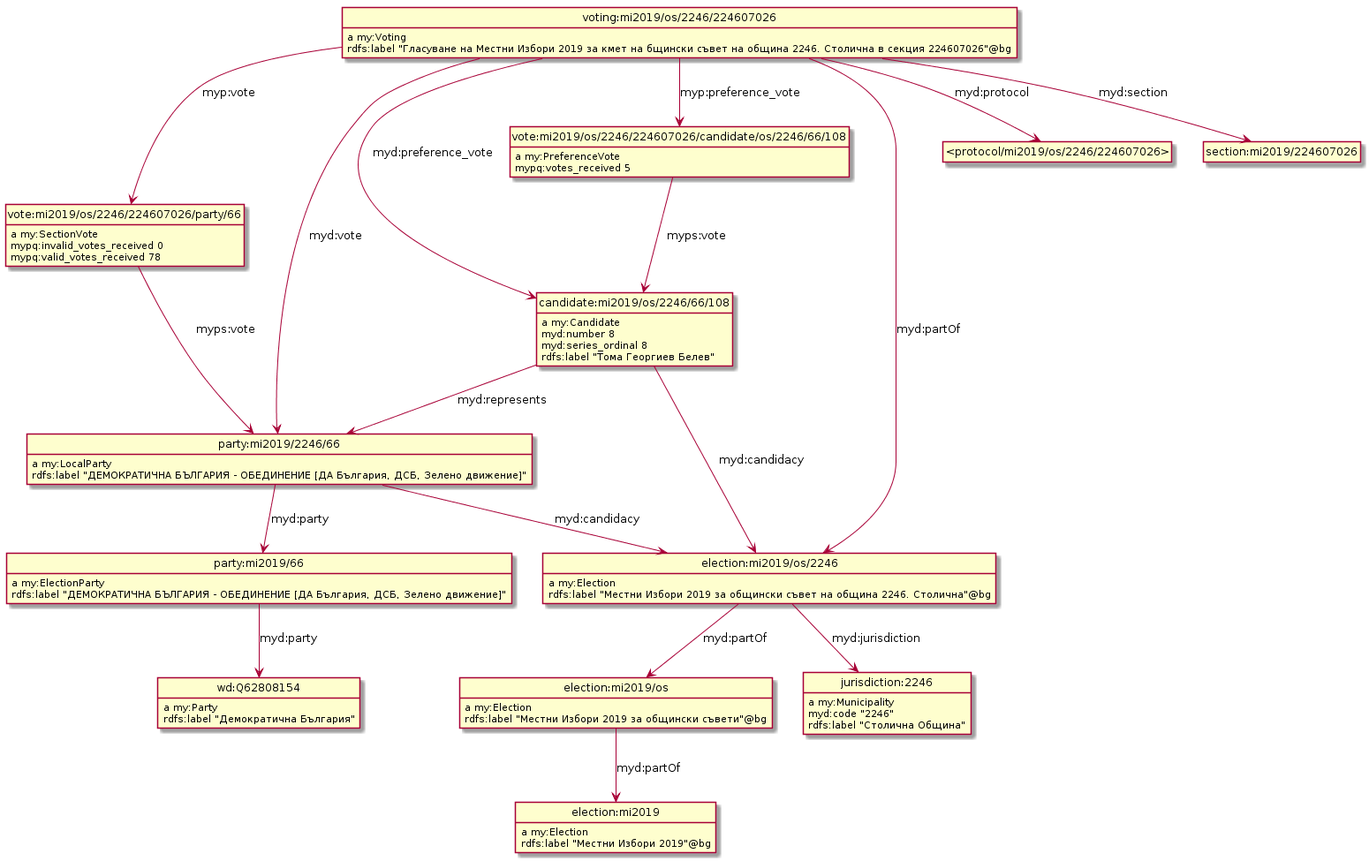
Before: model/localModel_os.png, a diagram exported from PlantUML (nikolatulechki/semanticElections). Its diagram source:
```plantuml
@startuml
hide empty methods
hide empty attributes
hide circle
skinparam classAttributeIconSize 0
class vote_mi2019_os_2246_224607026_candidate_os_2246_66_108 as "vote:mi2019/os/2246/224607026/candidate/os/2246/66/108"
vote_mi2019_os_2246_224607026_candidate_os_2246_66_108 : a my:PreferenceVote
class candidate_mi2019_os_2246_66_108 as "candidate:mi2019/os/2246/66/108"
vote_mi2019_os_2246_224607026_candidate_os_2246_66_108 -down-> candidate_mi2019_os_2246_66_108 : myps:vote
vote_mi2019_os_2246_224607026_candidate_os_2246_66_108 : mypq:votes_received 5
candidate_mi2019_os_2246_66_108 : a my:Candidate
class party_mi2019_2246_66 as "party:mi2019/2246/66"
candidate_mi2019_os_2246_66_108 -down-> party_mi2019_2246_66 : myd:represents
class election_mi2019_os_2246 as "election:mi2019/os/2246"
candidate_mi2019_os_2246_66_108 -down-> election_mi2019_os_2246 : myd:candidacy
candidate_mi2019_os_2246_66_108 : myd:number 8
candidate_mi2019_os_2246_66_108 : myd:series_ordinal 8
candidate_mi2019_os_2246_66_108 : rdfs:label "Тома Георгиев Белев"
class wd_Q62808154 as "wd:Q62808154"
wd_Q62808154 : a my:Party
wd_Q62808154 : rdfs:label "Демократична България"
class party_mi2019_66 as "party:mi2019/66"
party_mi2019_66 : a my:ElectionParty
party_mi2019_66 -down-> wd_Q62808154 : myd:party
party_mi2019_66 : rdfs:label "ДЕМОКРАТИЧНА БЪЛГАРИЯ - ОБЕДИНЕНИЕ [ДА България, ДСБ, Зелено движение]"
class vote_mi2019_os_2246_224607026_party_66 as "vote:mi2019/os/2246/224607026/party/66"
vote_mi2019_os_2246_224607026_party_66 : a my:SectionVote
vote_mi2019_os_2246_224607026_party_66 -down-> party_mi2019_2246_66 : myps:vote
vote_mi2019_os_2246_224607026_party_66 : mypq:invalid_votes_received 0
vote_mi2019_os_2246_224607026_party_66 : mypq:valid_votes_received 78
class election_mi2019 as "election:mi2019"
election_mi2019 : a my:Election
election_mi2019 : rdfs:label "Местни Избори 2019"@bg
class voting_mi2019_os_2246_224607026 as "voting:mi2019/os/2246/224607026"
voting_mi2019_os_2246_224607026 : a my:Voting
voting_mi2019_os_2246_224607026 -down-> vote_mi2019_os_2246_224607026_party_66 : myp:vote
class _protocol_mi2019_os_2246_224607026_ as "<protocol/mi2019/os/2246/224607026>"
voting_mi2019_os_2246_224607026 -down-> _protocol_mi2019_os_2246_224607026_ : myd:protocol
voting_mi2019_os_2246_224607026 -down-> vote_mi2019_os_2246_224607026_candidate_os_2246_66_108 : myp:preference_vote
voting_mi2019_os_2246_224607026 -down-> candidate_mi2019_os_2246_66_108 : myd:preference_vote
class section_mi2019_224607026 as "section:mi2019/224607026"
voting_mi2019_os_2246_224607026 -down-> section_mi2019_224607026 : myd:section
voting_mi2019_os_2246_224607026 -down-> party_mi2019_2246_66 : myd:vote
voting_mi2019_os_2246_224607026 -down-> election_mi2019_os_2246 : myd:partOf
voting_mi2019_os_2246_224607026 : rdfs:label "Гласуване на Местни Избори 2019 за кмет на бщински съвет на община 2246. Столична в секция 224607026"@bg
party_mi2019_2246_66 : a my:LocalParty
party_mi2019_2246_66 -down-> election_mi2019_os_2246 : myd:candidacy
party_mi2019_2246_66 -down-> party_mi2019_66 : myd:party
party_mi2019_2246_66 : rdfs:label "ДЕМОКРАТИЧНА БЪЛГАРИЯ - ОБЕДИНЕНИЕ [ДА България, ДСБ, Зелено движение]"
election_mi2019_os_2246 : a my:Election
class jurisdiction_2246 as "jurisdiction:2246"
election_mi2019_os_2246 -down-> jurisdiction_2246 : myd:jurisdiction
class election_mi2019_os as "election:mi2019/os"
election_mi2019_os_2246 -down-> election_mi2019_os : myd:partOf
election_mi2019_os_2246 : rdfs:label "Местни Избори 2019 за общински съвет на община 2246. Столична"@bg
election_mi2019_os : a my:Election
election_mi2019_os -down-> election_mi2019 : myd:partOf
election_mi2019_os : rdfs:label "Местни Избори 2019 за общински съвети"@bg
jurisdiction_2246 : a my:Municipality
jurisdiction_2246 : myd:code "2246"
jurisdiction_2246 : rdfs:label "Столична Община"
@enduml
```
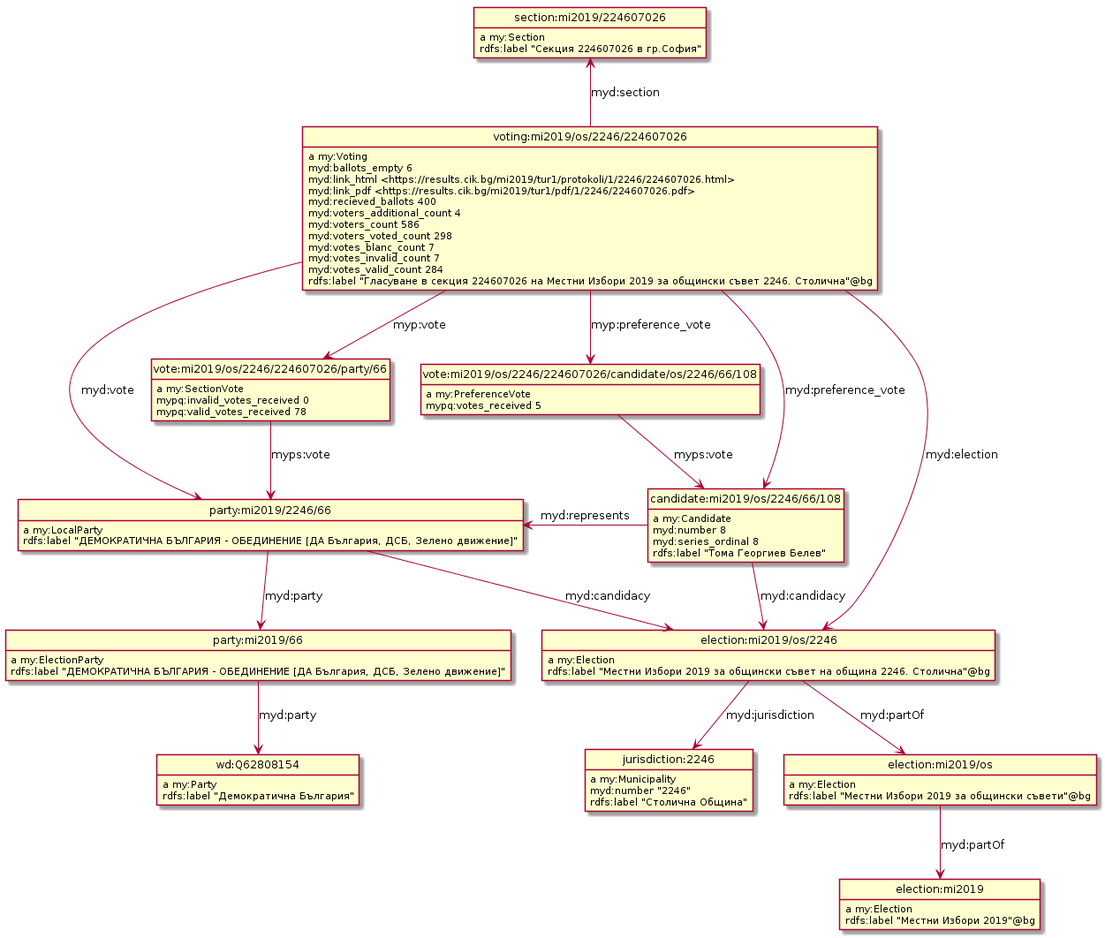
Above is the later version.

Diff of the diagram source:
```diff
@@ -3,60 +3,70 @@
 hide empty attributes
 hide circle
 skinparam classAttributeIconSize 0
-class vote_mi2019_os_2246_224607026_candidate_os_2246_66_108 as "vote:mi2019/os/2246/224607026/candidate/os/2246/66/108"
-vote_mi2019_os_2246_224607026_candidate_os_2246_66_108 : a my:PreferenceVote
-class candidate_mi2019_os_2246_66_108 as "candidate:mi2019/os/2246/66/108"
-vote_mi2019_os_2246_224607026_candidate_os_2246_66_108 -down-> candidate_mi2019_os_2246_66_108 : myps:vote
-vote_mi2019_os_2246_224607026_candidate_os_2246_66_108 : mypq:votes_received 5
-candidate_mi2019_os_2246_66_108 : a my:Candidate
-class party_mi2019_2246_66 as "party:mi2019/2246/66"
-candidate_mi2019_os_2246_66_108 -down-> party_mi2019_2246_66 : myd:represents
-class election_mi2019_os_2246 as "election:mi2019/os/2246"
-candidate_mi2019_os_2246_66_108 -down-> election_mi2019_os_2246 : myd:candidacy
-candidate_mi2019_os_2246_66_108 : myd:number 8
-candidate_mi2019_os_2246_66_108 : myd:series_ordinal 8
-candidate_mi2019_os_2246_66_108 : rdfs:label "Тома Георгиев Белев"
-class wd_Q62808154 as "wd:Q62808154"
-wd_Q62808154 : a my:Party
-wd_Q62808154 : rdfs:label "Демократична България"
+class section_mi2019_224607026 as "section:mi2019/224607026"
+section_mi2019_224607026 : a my:Section
+section_mi2019_224607026 : rdfs:label "Секция 224607026 в гр.София"
 class party_mi2019_66 as "party:mi2019/66"
 party_mi2019_66 : a my:ElectionParty
+class wd_Q62808154 as "wd:Q62808154"
 party_mi2019_66 -down-> wd_Q62808154 : myd:party
 party_mi2019_66 : rdfs:label "ДЕМОКРАТИЧНА БЪЛГАРИЯ - ОБЕДИНЕНИЕ [ДА България, ДСБ, Зелено движение]"
 class vote_mi2019_os_2246_224607026_party_66 as "vote:mi2019/os/2246/224607026/party/66"
 vote_mi2019_os_2246_224607026_party_66 : a my:SectionVote
+class party_mi2019_2246_66 as "party:mi2019/2246/66"
 vote_mi2019_os_2246_224607026_party_66 -down-> party_mi2019_2246_66 : myps:vote
 vote_mi2019_os_2246_224607026_party_66 : mypq:invalid_votes_received 0
 vote_mi2019_os_2246_224607026_party_66 : mypq:valid_votes_received 78
+class voting_mi2019_os_2246_224607026 as "voting:mi2019/os/2246/224607026"
+voting_mi2019_os_2246_224607026 : a my:Voting
+class vote_mi2019_os_2246_224607026_candidate_os_2246_66_108 as "vote:mi2019/os/2246/224607026/candidate/os/2246/66/108"
+voting_mi2019_os_2246_224607026 -down-> vote_mi2019_os_2246_224607026_candidate_os_2246_66_108 : myp:preference_vote
+voting_mi2019_os_2246_224607026 -up-> section_mi2019_224607026 : myd:section
+voting_mi2019_os_2246_224607026 -down-> vote_mi2019_os_2246_224607026_party_66 : myp:vote
+class election_mi2019_os_2246 as "election:mi2019/os/2246"
+voting_mi2019_os_2246_224607026 -down-> election_mi2019_os_2246 : myd:election
+class candidate_mi2019_os_2246_66_108 as "candidate:mi2019/os/2246/66/108"
+voting_mi2019_os_2246_224607026 -down-> candidate_mi2019_os_2246_66_108 : myd:preference_vote
+voting_mi2019_os_2246_224607026 -down-> party_mi2019_2246_66 : myd:vote
+voting_mi2019_os_2246_224607026 : myd:ballots_empty 6
+voting_mi2019_os_2246_224607026 : myd:link_html <https://results.cik.bg/mi2019/tur1/protokoli/1/2246/224607026.html>
+voting_mi2019_os_2246_224607026 : myd:link_pdf <https://results.cik.bg/mi2019/tur1/pdf/1/2246/224607026.pdf>
+voting_mi2019_os_2246_224607026 : myd:recieved_ballots 400
+voting_mi2019_os_2246_224607026 : myd:voters_additional_count 4
+voting_mi2019_os_2246_224607026 : myd:voters_count 586
+voting_mi2019_os_2246_224607026 : myd:voters_voted_count 298
+voting_mi2019_os_2246_224607026 : myd:votes_blanc_count 7
+voting_mi2019_os_2246_224607026 : myd:votes_invalid_count 7
+voting_mi2019_os_2246_224607026 : myd:votes_valid_count 284
+voting_mi2019_os_2246_224607026 : rdfs:label "Гласуване в секция 224607026 на Местни Избори 2019 за общински съвет 2246. Столична"@bg
+class election_mi2019_os as "election:mi2019/os"
+election_mi2019_os : a my:Election
 class election_mi2019 as "election:mi2019"
+election_mi2019_os -down-> election_mi2019 : myd:partOf
+election_mi2019_os : rdfs:label "Местни Избори 2019 за общински съвети"@bg
 election_mi2019 : a my:Election
 election_mi2019 : rdfs:label "Местни Избори 2019"@bg
-class voting_mi2019_os_2246_224607026 as "voting:mi2019/os/2246/224607026"
-voting_mi2019_os_2246_224607026 : a my:Voting
-voting_mi2019_os_2246_224607026 -down-> vote_mi2019_os_2246_224607026_party_66 : myp:vote
-class _protocol_mi2019_os_2246_224607026_ as "<protocol/mi2019/os/2246/224607026>"
-voting_mi2019_os_2246_224607026 -down-> _protocol_mi2019_os_2246_224607026_ : myd:protocol
-voting_mi2019_os_2246_224607026 -down-> vote_mi2019_os_2246_224607026_candidate_os_2246_66_108 : myp:preference_vote
-voting_mi2019_os_2246_224607026 -down-> candidate_mi2019_os_2246_66_108 : myd:preference_vote
-class section_mi2019_224607026 as "section:mi2019/224607026"
-voting_mi2019_os_2246_224607026 -down-> section_mi2019_224607026 : myd:section
-voting_mi2019_os_2246_224607026 -down-> party_mi2019_2246_66 : myd:vote
-voting_mi2019_os_2246_224607026 -down-> election_mi2019_os_2246 : myd:partOf
-voting_mi2019_os_2246_224607026 : rdfs:label "Гласуване на Местни Избори 2019 за кмет на бщински съвет на община 2246. Столична в секция 224607026"@bg
+vote_mi2019_os_2246_224607026_candidate_os_2246_66_108 : a my:PreferenceVote
+vote_mi2019_os_2246_224607026_candidate_os_2246_66_108 -down-> candidate_mi2019_os_2246_66_108 : myps:vote
+vote_mi2019_os_2246_224607026_candidate_os_2246_66_108 : mypq:votes_received 5
+class jurisdiction_2246 as "jurisdiction:2246"
+jurisdiction_2246 : a my:Municipality
+jurisdiction_2246 : myd:number "2246"
+jurisdiction_2246 : rdfs:label "Столична Община"
+candidate_mi2019_os_2246_66_108 : a my:Candidate
+candidate_mi2019_os_2246_66_108 -down-> election_mi2019_os_2246 : myd:candidacy
+candidate_mi2019_os_2246_66_108 -left-> party_mi2019_2246_66 : myd:represents
+candidate_mi2019_os_2246_66_108 : myd:number 8
+candidate_mi2019_os_2246_66_108 : myd:series_ordinal 8
+candidate_mi2019_os_2246_66_108 : rdfs:label "Тома Георгиев Белев"
 party_mi2019_2246_66 : a my:LocalParty
 party_mi2019_2246_66 -down-> election_mi2019_os_2246 : myd:candidacy
 party_mi2019_2246_66 -down-> party_mi2019_66 : myd:party
 party_mi2019_2246_66 : rdfs:label "ДЕМОКРАТИЧНА БЪЛГАРИЯ - ОБЕДИНЕНИЕ [ДА България, ДСБ, Зелено движение]"
+wd_Q62808154 : a my:Party
+wd_Q62808154 : rdfs:label "Демократична България"
 election_mi2019_os_2246 : a my:Election
-class jurisdiction_2246 as "jurisdiction:2246"
 election_mi2019_os_2246 -down-> jurisdiction_2246 : myd:jurisdiction
-class election_mi2019_os as "election:mi2019/os"
 election_mi2019_os_2246 -down-> election_mi2019_os : myd:partOf
 election_mi2019_os_2246 : rdfs:label "Местни Избори 2019 за общински съвет на община 2246. Столична"@bg
-election_mi2019_os : a my:Election
-election_mi2019_os -down-> election_mi2019 : myd:partOf
-election_mi2019_os : rdfs:label "Местни Избори 2019 за общински съвети"@bg
-jurisdiction_2246 : a my:Municipality
-jurisdiction_2246 : myd:code "2246"
-jurisdiction_2246 : rdfs:label "Столична Община"
 @enduml
```
